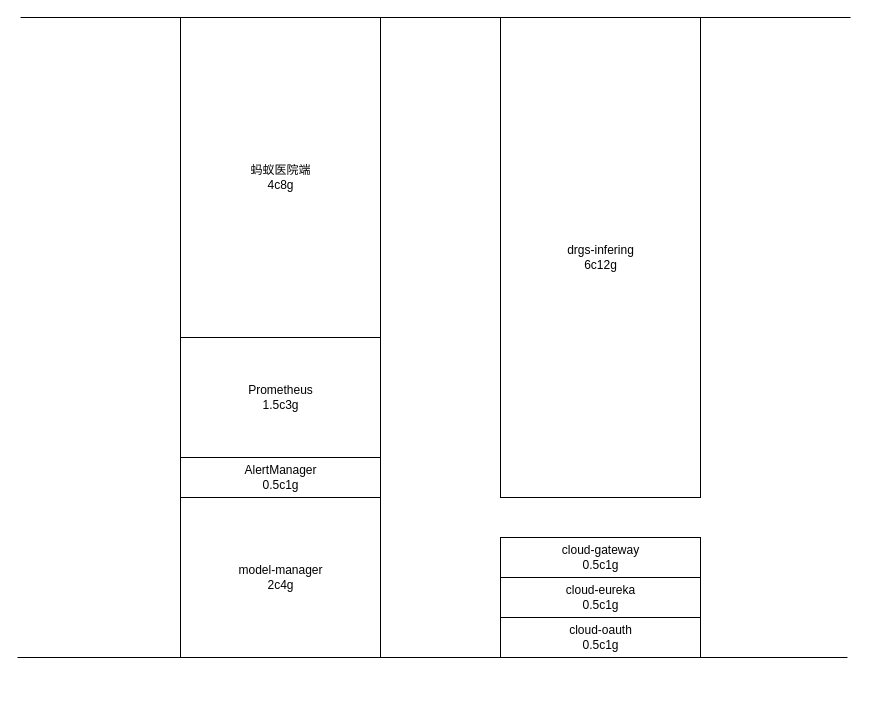
The draw.io diagram article/fl-learning.drawio in cactusgame/awesome, before the edit. Source tidied: cells renumbered, new cells numbered last; positions are measured from the earlier drawing's top-left corner, leaving out a move shared by most shapes. Both pictures are drawn from the tidied source at 100%, with x=0, y=0 at pixel (17, 17).
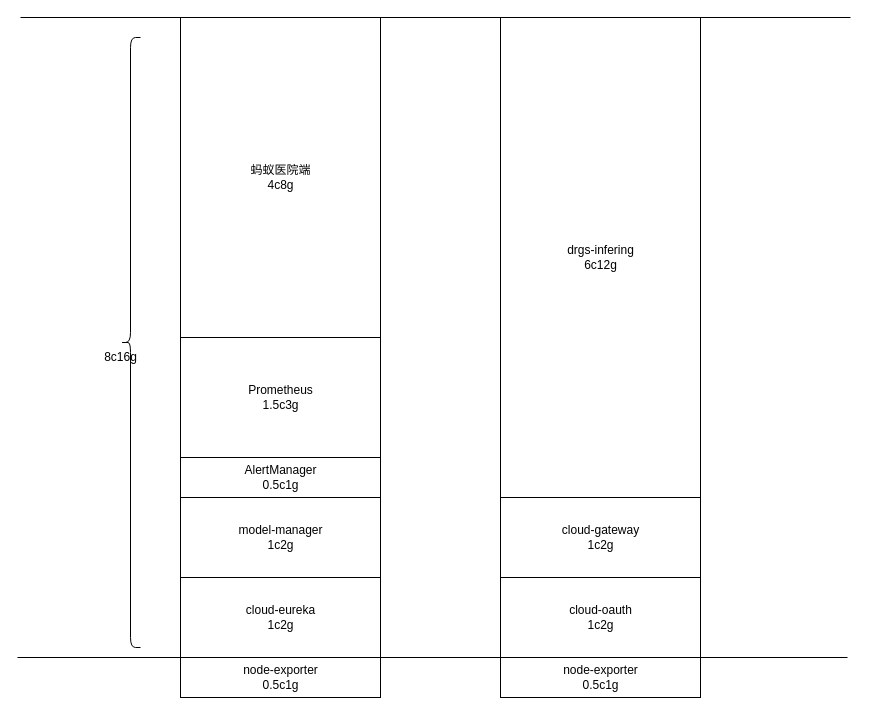
Above is the later version.

Change to the diagram source:
```diff
@@
 <mxGraphModel>
   <root>
     <mxCell id="0" />
     <mxCell id="1" parent="0" />
     <mxCell id="2" style="endArrow=none;html=1;" parent="1" edge="1">
       <mxGeometry relative="1" as="geometry">
         <mxPoint x="3" as="sourcePoint" />
         <mxPoint x="833" as="targetPoint" />
       </mxGeometry>
     </mxCell>
     <mxCell id="3" style="endArrow=none;html=1;" parent="1" edge="1">
       <mxGeometry relative="1" as="geometry">
         <mxPoint y="640" as="sourcePoint" />
         <mxPoint x="830" y="640" as="targetPoint" />
       </mxGeometry>
     </mxCell>
     <mxCell id="4" value="蚂蚁医院端&lt;br&gt;4c8g" style="html=1;" parent="1" vertex="1">
       <mxGeometry x="163" width="200" height="320" as="geometry" />
     </mxCell>
     <mxCell id="5" value="Prometheus&lt;br&gt;1.5c3g" style="html=1;" parent="1" vertex="1">
       <mxGeometry x="163" y="320" width="200" height="120" as="geometry" />
     </mxCell>
     <mxCell id="6" style="edgeStyle=orthogonalEdgeStyle;rounded=0;orthogonalLoop=1;jettySize=auto;html=1;exitX=0.5;exitY=1;exitDx=0;exitDy=0;" parent="1" edge="1" source="5" target="5">
       <mxGeometry relative="1" as="geometry" />
     </mxCell>
     <mxCell id="7" value="AlertManager&lt;br&gt;0.5c1g" style="html=1;" parent="1" vertex="1">
       <mxGeometry x="163" y="440" width="200" height="40" as="geometry" />
     </mxCell>
-    <mxCell id="8" value="model-manager&lt;br&gt;2c4g" style="html=1;" parent="1" vertex="1">
-      <mxGeometry x="163" y="480" width="200" height="160" as="geometry" />
+    <mxCell id="8" value="model-manager&lt;br&gt;1c2g" style="html=1;" parent="1" vertex="1">
+      <mxGeometry x="163" y="480" width="200" height="80" as="geometry" />
     </mxCell>
     <mxCell id="9" value="drgs-infering&lt;br&gt;6c12g" style="html=1;" parent="1" vertex="1">
       <mxGeometry x="483" width="200" height="480" as="geometry" />
     </mxCell>
-    <mxCell id="10" value="cloud-gateway&lt;br&gt;0.5c1g" style="html=1;" parent="1" vertex="1">
-      <mxGeometry x="483" y="520" width="200" height="40" as="geometry" />
+    <mxCell id="10" value="cloud-gateway&lt;br&gt;1c2g" style="html=1;" parent="1" vertex="1">
+      <mxGeometry x="483" y="480" width="200" height="80" as="geometry" />
     </mxCell>
-    <mxCell id="11" value="cloud-eureka&lt;br&gt;0.5c1g" style="html=1;" parent="1" vertex="1">
-      <mxGeometry x="483" y="560" width="200" height="40" as="geometry" />
+    <mxCell id="11" value="cloud-eureka&lt;br&gt;1c2g" style="html=1;" parent="1" vertex="1">
+      <mxGeometry x="163" y="560" width="200" height="80" as="geometry" />
     </mxCell>
-    <mxCell id="12" value="cloud-oauth&lt;br&gt;0.5c1g" style="html=1;" parent="1" vertex="1">
-      <mxGeometry x="483" y="600" width="200" height="40" as="geometry" />
+    <mxCell id="12" value="cloud-oauth&lt;br&gt;1c2g" style="html=1;" parent="1" vertex="1">
+      <mxGeometry x="483" y="560" width="200" height="80" as="geometry" />
     </mxCell>
+    <mxCell id="13" value="node-exporter&lt;br&gt;0.5c1g" style="html=1;" parent="1" vertex="1">
+      <mxGeometry x="163" y="640" width="200" height="40" as="geometry" />
+    </mxCell>
+    <mxCell id="14" value="node-exporter&lt;br&gt;0.5c1g" style="html=1;" parent="1" vertex="1">
+      <mxGeometry x="483" y="640" width="200" height="40" as="geometry" />
+    </mxCell>
+    <mxCell id="15" style="shape=curlyBracket;whiteSpace=wrap;html=1;rounded=1;" parent="1" vertex="1">
+      <mxGeometry x="103" y="20" width="20" height="610" as="geometry" />
+    </mxCell>
+    <mxCell id="16" value="8c16g" style="text;html=1;align=center;verticalAlign=middle;" parent="1" vertex="1">
+      <mxGeometry x="78" y="330" width="50" height="20" as="geometry" />
+    </mxCell>
   </root>
 </mxGraphModel>
```
